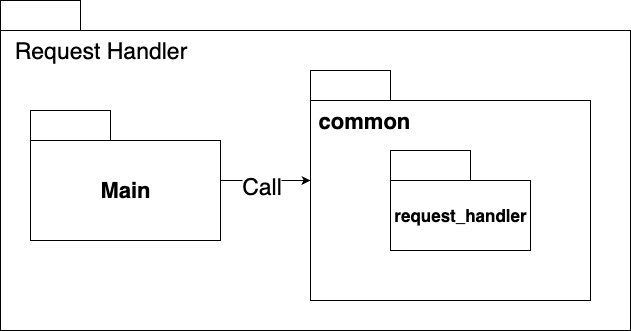
Earlier version of the draw.io export source/paquete-rh.png (fiuba-distribuidos-2C2025/informe). Source tidied: cells renumbered, new cells last; positions are measured from the earlier drawing's top-left corner, leaving out a move shared by most shapes.
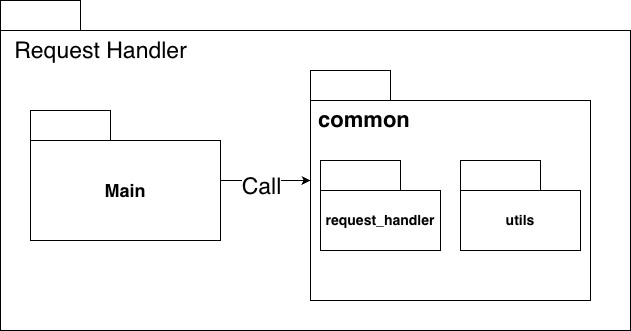
After the change.

What changed in the source:
```diff
@@ -8,7 +8,7 @@
     <mxCell id="3" value="Request Handler" style="text;html=1;align=center;verticalAlign=middle;strokeColor=none;fillColor=none;fontSize=23;" parent="1" vertex="1">
       <mxGeometry y="30" width="200" height="40" as="geometry" />
     </mxCell>
-    <mxCell id="4" value="Main" style="shape=folder;fontStyle=1;tabWidth=80;tabHeight=30;tabPosition=left;html=1;boundedLbl=1;whiteSpace=wrap;fontSize=22;" parent="1" vertex="1">
+    <mxCell id="4" value="Main" style="shape=folder;fontStyle=1;tabWidth=80;tabHeight=30;tabPosition=left;html=1;boundedLbl=1;whiteSpace=wrap;fontSize=18;" parent="1" vertex="1">
       <mxGeometry x="30" y="110" width="190" height="130" as="geometry" />
     </mxCell>
     <mxCell id="5" value="&amp;nbsp;common" style="shape=folder;fontStyle=1;tabWidth=80;tabHeight=30;tabPosition=left;html=1;boundedLbl=1;whiteSpace=wrap;align=left;verticalAlign=top;fontSize=22;" parent="1" vertex="1">
@@ -27,8 +27,11 @@
         <mxPoint x="19" y="2" as="offset" />
       </mxGeometry>
     </mxCell>
-    <mxCell id="8" value="request_handler" style="shape=folder;fontStyle=1;tabWidth=80;tabHeight=30;tabPosition=left;html=1;boundedLbl=1;whiteSpace=wrap;fontSize=17;" parent="1" vertex="1">
-      <mxGeometry x="390" y="150" width="140" height="100" as="geometry" />
+    <mxCell id="8" value="request_handler" style="shape=folder;fontStyle=1;tabWidth=80;tabHeight=30;tabPosition=left;html=1;boundedLbl=1;whiteSpace=wrap;fontSize=14;" parent="1" vertex="1">
+      <mxGeometry x="320" y="160" width="120" height="90" as="geometry" />
     </mxCell>
+    <mxCell id="9" value="utils" style="shape=folder;fontStyle=1;tabWidth=80;tabHeight=30;tabPosition=left;html=1;boundedLbl=1;whiteSpace=wrap;fontSize=14;" parent="1" vertex="1">
+      <mxGeometry x="460" y="160" width="120" height="90" as="geometry" />
+    </mxCell>
   </root>
 </mxGraphModel>
```
